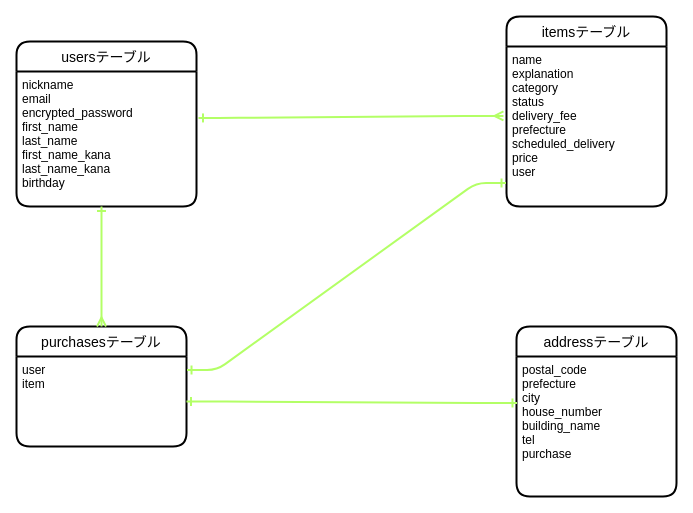
Earlier version of the draw.io diagram saisyuukadai.dio (zeno-46/furima-38414). Source tidied: cells renumbered, new cells numbered last; positions are measured from the earlier drawing's top-left corner, leaving out a move shared by most shapes. Both pictures are drawn from the tidied source at 100%, with x=0, y=0 at pixel (16, 16).
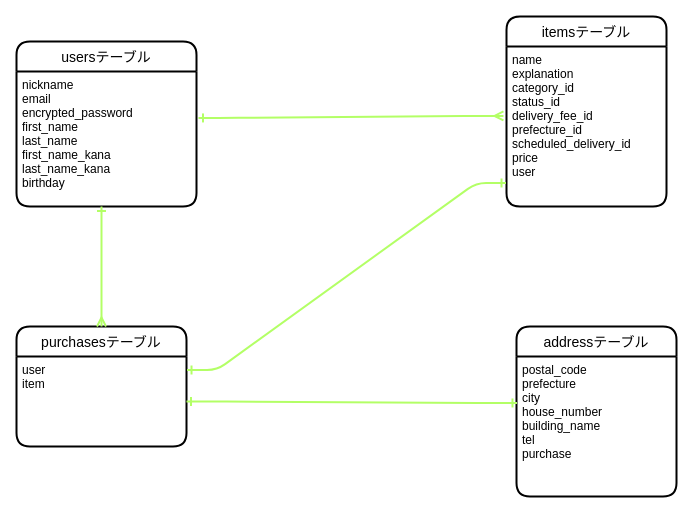
The same page after the edit.

Commit message (it also covers changes not shown here):
ER図,データベース設計の訂正

Diff of the diagram source:
```diff
@@
 <mxGraphModel>
   <root>
     <mxCell id="0" />
     <mxCell id="1" parent="0" />
     <mxCell id="2" value="usersテーブル" style="swimlane;horizontal=1;startSize=30;rounded=1;fontSize=14;fontStyle=0;strokeWidth=2;shadow=0;dashed=0;align=center;" parent="1" vertex="1">
       <mxGeometry y="25" width="180" height="165" as="geometry" />
     </mxCell>
     <mxCell id="3" value="nickname&#10;email&#10;encrypted_password&#10;first_name&#10;last_name&#10;first_name_kana&#10;last_name_kana&#10;birthday&#10;&#10;" style="align=left;strokeColor=none;fillColor=none;spacingLeft=4;fontSize=12;verticalAlign=top;" parent="2" vertex="1">
       <mxGeometry y="30" width="180" height="135" as="geometry" />
     </mxCell>
     <mxCell id="4" style="edgeStyle=none;html=1;exitX=0;exitY=1;exitDx=0;exitDy=0;strokeColor=#B3FF66;strokeWidth=2;" parent="2" edge="1" source="2" target="3">
       <mxGeometry relative="1" as="geometry" />
     </mxCell>
     <mxCell id="5" value="purchasesテーブル" style="swimlane;horizontal=1;startSize=30;rounded=1;fontSize=14;fontStyle=0;strokeWidth=2;shadow=0;dashed=0;align=center;" parent="1" vertex="1">
       <mxGeometry y="310" width="170" height="120" as="geometry" />
     </mxCell>
     <mxCell id="6" value="user&#10;item" style="align=left;strokeColor=none;fillColor=none;spacingLeft=4;fontSize=12;verticalAlign=top;" parent="5" vertex="1">
       <mxGeometry y="30" width="170" height="90" as="geometry" />
     </mxCell>
     <mxCell id="7" value="addressテーブル" style="swimlane;horizontal=1;startSize=30;rounded=1;fontSize=14;fontStyle=0;strokeWidth=2;shadow=0;dashed=0;align=center;" parent="1" vertex="1">
       <mxGeometry x="500" y="310" width="160" height="170" as="geometry" />
     </mxCell>
     <mxCell id="8" value="postal_code&#10;prefecture&#10;city&#10;house_number&#10;building_name&#10;tel&#10;purchase" style="align=left;strokeColor=none;fillColor=none;spacingLeft=4;fontSize=12;verticalAlign=top;" parent="7" vertex="1">
       <mxGeometry y="30" width="160" height="140" as="geometry" />
     </mxCell>
     <mxCell id="9" style="edgeStyle=entityRelationEdgeStyle;fontSize=12;html=1;endArrow=ERone;startArrow=ERone;strokeColor=#B3FF66;strokeWidth=2;exitX=1;exitY=0.5;exitDx=0;exitDy=0;entryX=0.003;entryY=0.332;entryDx=0;entryDy=0;entryPerimeter=0;endFill=0;startFill=0;" parent="1" edge="1" source="6" target="8">
       <mxGeometry relative="1" as="geometry" />
     </mxCell>
     <mxCell id="10" value="itemsテーブル" style="swimlane;horizontal=1;startSize=30;rounded=1;fontSize=14;fontStyle=0;strokeWidth=2;shadow=0;dashed=0;align=center;" parent="1" vertex="1">
       <mxGeometry x="490" width="160" height="190" as="geometry" />
     </mxCell>
-    <mxCell id="11" value="name&#10;explanation&#10;category&#10;status&#10;delivery_fee&#10;prefecture&#10;scheduled_delivery&#10;price&#10;user" style="align=left;strokeColor=none;fillColor=none;spacingLeft=4;fontSize=12;verticalAlign=top;" parent="10" vertex="1">
+    <mxCell id="11" value="name&#10;explanation&#10;category_id&#10;status_id&#10;delivery_fee_id&#10;prefecture_id&#10;scheduled_delivery_id&#10;price&#10;user" style="align=left;strokeColor=none;fillColor=none;spacingLeft=4;fontSize=12;verticalAlign=top;" parent="10" vertex="1">
       <mxGeometry y="30" width="160" height="160" as="geometry" />
     </mxCell>
     <mxCell id="12" style="edgeStyle=entityRelationEdgeStyle;fontSize=12;html=1;endArrow=ERone;startArrow=ERone;strokeColor=#B3FF66;strokeWidth=2;exitX=1.003;exitY=0.15;exitDx=0;exitDy=0;exitPerimeter=0;entryX=-0.003;entryY=0.853;entryDx=0;entryDy=0;entryPerimeter=0;startFill=0;endFill=0;" parent="1" edge="1" source="6" target="11">
       <mxGeometry relative="1" as="geometry" />
     </mxCell>
     <mxCell id="13" style="fontSize=12;html=1;endArrow=ERone;startArrow=ERmany;strokeColor=#B3FF66;strokeWidth=2;exitX=0.5;exitY=0;exitDx=0;exitDy=0;startFill=0;endFill=0;" parent="1" edge="1" source="5">
       <mxGeometry relative="1" as="geometry">
         <mxPoint x="85" y="190" as="targetPoint" />
       </mxGeometry>
     </mxCell>
     <mxCell id="14" style="edgeStyle=entityRelationEdgeStyle;fontSize=12;html=1;endArrow=ERmany;startArrow=ERone;strokeColor=#B3FF66;strokeWidth=2;entryX=-0.019;entryY=0.434;entryDx=0;entryDy=0;entryPerimeter=0;exitX=1.011;exitY=0.344;exitDx=0;exitDy=0;exitPerimeter=0;endFill=0;startFill=0;" parent="1" edge="1" source="3" target="11">
       <mxGeometry relative="1" as="geometry" />
     </mxCell>
   </root>
 </mxGraphModel>
```
